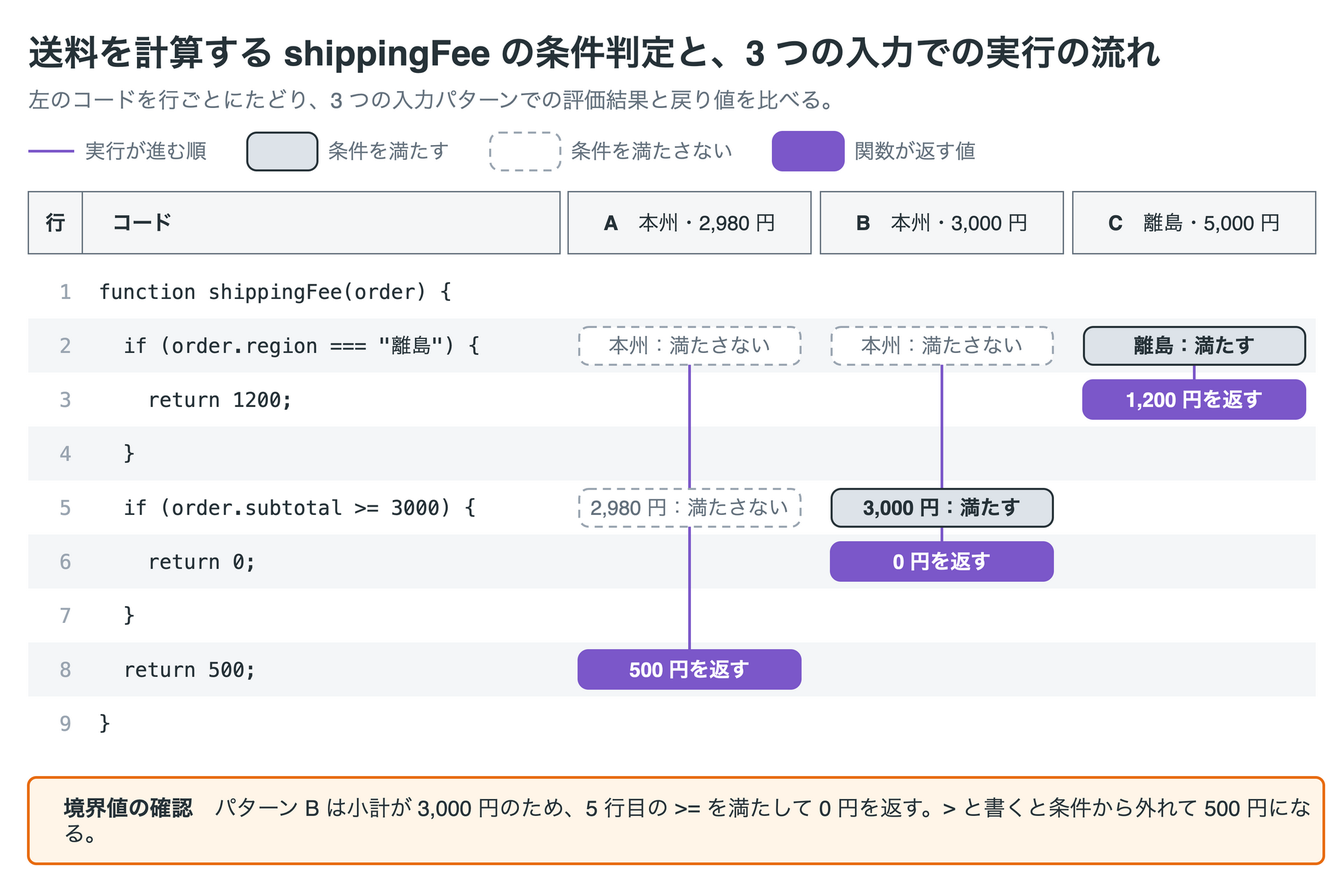
This is skills/explanatory-diagrams/templates/code-trace/code-trace.drawio.png from nntto/skills, a draw.io export, as it was before one commit. Source tidied: cells renumbered, new cells last; positions are measured from the earlier drawing's top-left corner, leaving out a move shared by most shapes.
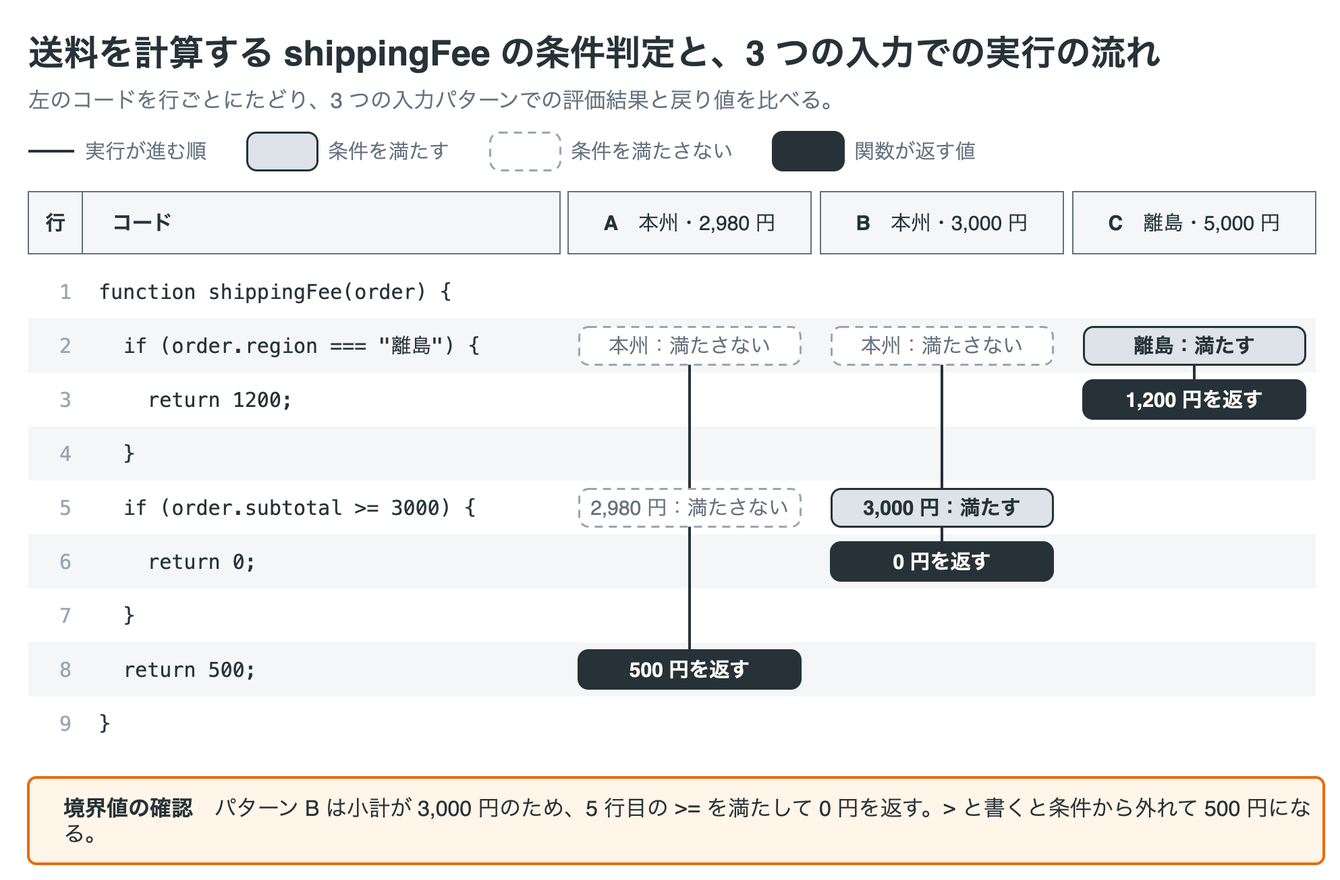
The same diagram one commit later.

The edit, as a diff of the source:
```diff
@@ -8,7 +8,7 @@
     <mxCell id="3" value="左のコードを行ごとにたどり、3 つの入力パターンでの評価結果と戻り値を比べる。" style="text;html=1;whiteSpace=wrap;fontFamily=Helvetica;fontSize=16;fontColor=#64717d;align=left;verticalAlign=middle;spacing=0;" parent="1" vertex="1">
       <mxGeometry y="42" width="960" height="24" as="geometry" />
     </mxCell>
-    <mxCell id="4" style="edgeStyle=none;rounded=1;html=1;strokeColor=#7b57c9;strokeWidth=2;endArrow=none;endFill=1;startArrow=none;startFill=1;endSize=8;fontFamily=Helvetica;fontSize=15;fontColor=#7b57c9;labelBackgroundColor=#ffffff;" parent="1" edge="1">
+    <mxCell id="4" style="edgeStyle=none;rounded=1;html=1;strokeColor=#263238;strokeWidth=2;endArrow=none;endFill=1;startArrow=none;startFill=1;endSize=8;fontFamily=Helvetica;fontSize=15;fontColor=#263238;labelBackgroundColor=#ffffff;" parent="1" edge="1">
       <mxGeometry relative="1" as="geometry">
         <mxPoint y="92" as="sourcePoint" />
         <mxPoint x="34" y="92" as="targetPoint" />
@@ -29,7 +29,7 @@
     <mxCell id="9" value="条件を満たさない" style="text;html=1;whiteSpace=wrap;fontFamily=Helvetica;fontSize=15;fontColor=#64717d;align=left;verticalAlign=middle;spacing=0;" parent="1" vertex="1">
       <mxGeometry x="402" y="80" width="128" height="24" as="geometry" />
     </mxCell>
-    <mxCell id="10" value="&lt;b&gt;&lt;/b&gt;" style="rounded=1;absoluteArcSize=1;arcSize=14;whiteSpace=wrap;html=1;fillColor=#ffffff;strokeColor=#64717d;strokeWidth=2;fontColor=#263238;fontFamily=Helvetica;fontSize=15;align=center;verticalAlign=middle;spacing=2;fillColor=#7b57c9;strokeColor=#7b57c9;fontColor=#ffffff;" parent="1" vertex="1">
+    <mxCell id="10" value="&lt;b&gt;&lt;/b&gt;" style="rounded=1;absoluteArcSize=1;arcSize=14;whiteSpace=wrap;html=1;fillColor=#ffffff;strokeColor=#64717d;strokeWidth=2;fontColor=#263238;fontFamily=Helvetica;fontSize=15;align=center;verticalAlign=middle;spacing=2;fillColor=#263238;strokeColor=#263238;fontColor=#ffffff;" parent="1" vertex="1">
       <mxGeometry x="552" y="78" width="52" height="28" as="geometry" />
     </mxCell>
     <mxCell id="11" value="関数が返す値" style="text;html=1;whiteSpace=wrap;fontFamily=Helvetica;fontSize=15;fontColor=#64717d;align=left;verticalAlign=middle;spacing=0;" parent="1" vertex="1">
@@ -116,19 +116,19 @@
     <mxCell id="38" value="}" style="text;html=1;whiteSpace=wrap;fontFamily=Helvetica;fontSize=15;fontColor=#263238;align=left;verticalAlign=middle;spacing=0;fontFamily=Menlo;" parent="1" vertex="1">
       <mxGeometry x="52" y="496" width="340" height="40" as="geometry" />
     </mxCell>
-    <mxCell id="39" style="edgeStyle=none;rounded=1;html=1;strokeColor=#7b57c9;strokeWidth=2;endArrow=none;endFill=1;startArrow=none;startFill=1;endSize=8;fontFamily=Helvetica;fontSize=15;fontColor=#7b57c9;labelBackgroundColor=#ffffff;" parent="1" edge="1">
+    <mxCell id="39" style="edgeStyle=none;rounded=1;html=1;strokeColor=#263238;strokeWidth=2;endArrow=none;endFill=1;startArrow=none;startFill=1;endSize=8;fontFamily=Helvetica;fontSize=15;fontColor=#263238;labelBackgroundColor=#ffffff;" parent="1" edge="1">
       <mxGeometry relative="1" as="geometry">
         <mxPoint x="490" y="236" as="sourcePoint" />
         <mxPoint x="490" y="476" as="targetPoint" />
       </mxGeometry>
     </mxCell>
-    <mxCell id="40" style="edgeStyle=none;rounded=1;html=1;strokeColor=#7b57c9;strokeWidth=2;endArrow=none;endFill=1;startArrow=none;startFill=1;endSize=8;fontFamily=Helvetica;fontSize=15;fontColor=#7b57c9;labelBackgroundColor=#ffffff;" parent="1" edge="1">
+    <mxCell id="40" style="edgeStyle=none;rounded=1;html=1;strokeColor=#263238;strokeWidth=2;endArrow=none;endFill=1;startArrow=none;startFill=1;endSize=8;fontFamily=Helvetica;fontSize=15;fontColor=#263238;labelBackgroundColor=#ffffff;" parent="1" edge="1">
       <mxGeometry relative="1" as="geometry">
         <mxPoint x="677" y="236" as="sourcePoint" />
         <mxPoint x="677" y="396" as="targetPoint" />
       </mxGeometry>
     </mxCell>
-    <mxCell id="41" style="edgeStyle=none;rounded=1;html=1;strokeColor=#7b57c9;strokeWidth=2;endArrow=none;endFill=1;startArrow=none;startFill=1;endSize=8;fontFamily=Helvetica;fontSize=15;fontColor=#7b57c9;labelBackgroundColor=#ffffff;" parent="1" edge="1">
+    <mxCell id="41" style="edgeStyle=none;rounded=1;html=1;strokeColor=#263238;strokeWidth=2;endArrow=none;endFill=1;startArrow=none;startFill=1;endSize=8;fontFamily=Helvetica;fontSize=15;fontColor=#263238;labelBackgroundColor=#ffffff;" parent="1" edge="1">
       <mxGeometry relative="1" as="geometry">
         <mxPoint x="864" y="236" as="sourcePoint" />
         <mxPoint x="864" y="276" as="targetPoint" />
@@ -143,7 +143,7 @@
     <mxCell id="44" value="離島：満たす" style="rounded=1;absoluteArcSize=1;arcSize=14;whiteSpace=wrap;html=1;fillColor=#ffffff;strokeColor=#64717d;strokeWidth=1.5;fontColor=#263238;fontFamily=Helvetica;fontSize=15;align=center;verticalAlign=middle;spacing=2;fillColor=#dde3e9;strokeColor=#263238;fontColor=#263238;fontStyle=1;" parent="1" vertex="1">
       <mxGeometry x="782" y="222" width="164" height="28" as="geometry" />
     </mxCell>
-    <mxCell id="45" value="&lt;b&gt;1,200 円を返す&lt;/b&gt;" style="rounded=1;absoluteArcSize=1;arcSize=14;whiteSpace=wrap;html=1;fillColor=#ffffff;strokeColor=#64717d;strokeWidth=2;fontColor=#263238;fontFamily=Helvetica;fontSize=15;align=center;verticalAlign=middle;spacing=2;fillColor=#7b57c9;strokeColor=#7b57c9;fontColor=#ffffff;" parent="1" vertex="1">
+    <mxCell id="45" value="&lt;b&gt;1,200 円を返す&lt;/b&gt;" style="rounded=1;absoluteArcSize=1;arcSize=14;whiteSpace=wrap;html=1;fillColor=#ffffff;strokeColor=#64717d;strokeWidth=2;fontColor=#263238;fontFamily=Helvetica;fontSize=15;align=center;verticalAlign=middle;spacing=2;fillColor=#263238;strokeColor=#263238;fontColor=#ffffff;" parent="1" vertex="1">
       <mxGeometry x="782" y="262" width="164" height="28" as="geometry" />
     </mxCell>
     <mxCell id="46" value="2,980 円：満たさない" style="rounded=1;absoluteArcSize=1;arcSize=14;whiteSpace=wrap;html=1;fillColor=#ffffff;strokeColor=#64717d;strokeWidth=1.5;fontColor=#263238;fontFamily=Helvetica;fontSize=15;align=center;verticalAlign=middle;spacing=2;fillColor=#ffffff;strokeColor=#9aa5b1;fontColor=#64717d;dashed=1;dashPattern=4 3;" parent="1" vertex="1">
@@ -152,10 +152,10 @@
     <mxCell id="47" value="3,000 円：満たす" style="rounded=1;absoluteArcSize=1;arcSize=14;whiteSpace=wrap;html=1;fillColor=#ffffff;strokeColor=#64717d;strokeWidth=1.5;fontColor=#263238;fontFamily=Helvetica;fontSize=15;align=center;verticalAlign=middle;spacing=2;fillColor=#dde3e9;strokeColor=#263238;fontColor=#263238;fontStyle=1;" parent="1" vertex="1">
       <mxGeometry x="595" y="342" width="164" height="28" as="geometry" />
     </mxCell>
-    <mxCell id="48" value="&lt;b&gt;0 円を返す&lt;/b&gt;" style="rounded=1;absoluteArcSize=1;arcSize=14;whiteSpace=wrap;html=1;fillColor=#ffffff;strokeColor=#64717d;strokeWidth=2;fontColor=#263238;fontFamily=Helvetica;fontSize=15;align=center;verticalAlign=middle;spacing=2;fillColor=#7b57c9;strokeColor=#7b57c9;fontColor=#ffffff;" parent="1" vertex="1">
+    <mxCell id="48" value="&lt;b&gt;0 円を返す&lt;/b&gt;" style="rounded=1;absoluteArcSize=1;arcSize=14;whiteSpace=wrap;html=1;fillColor=#ffffff;strokeColor=#64717d;strokeWidth=2;fontColor=#263238;fontFamily=Helvetica;fontSize=15;align=center;verticalAlign=middle;spacing=2;fillColor=#263238;strokeColor=#263238;fontColor=#ffffff;" parent="1" vertex="1">
       <mxGeometry x="595" y="382" width="164" height="28" as="geometry" />
     </mxCell>
-    <mxCell id="49" value="&lt;b&gt;500 円を返す&lt;/b&gt;" style="rounded=1;absoluteArcSize=1;arcSize=14;whiteSpace=wrap;html=1;fillColor=#ffffff;strokeColor=#64717d;strokeWidth=2;fontColor=#263238;fontFamily=Helvetica;fontSize=15;align=center;verticalAlign=middle;spacing=2;fillColor=#7b57c9;strokeColor=#7b57c9;fontColor=#ffffff;" parent="1" vertex="1">
+    <mxCell id="49" value="&lt;b&gt;500 円を返す&lt;/b&gt;" style="rounded=1;absoluteArcSize=1;arcSize=14;whiteSpace=wrap;html=1;fillColor=#ffffff;strokeColor=#64717d;strokeWidth=2;fontColor=#263238;fontFamily=Helvetica;fontSize=15;align=center;verticalAlign=middle;spacing=2;fillColor=#263238;strokeColor=#263238;fontColor=#ffffff;" parent="1" vertex="1">
       <mxGeometry x="408" y="462" width="164" height="28" as="geometry" />
     </mxCell>
     <mxCell id="50" value="&lt;b&gt;境界値の確認&lt;/b&gt;　パターン B は小計が 3,000 円のため、5 行目の &lt;span style=&quot;font-family:Menlo;&quot;&gt;&amp;gt;=&lt;/span&gt; を満たして 0 円を返す。&lt;span style=&quot;font-family:Menlo;&quot;&gt;&amp;gt;&lt;/span&gt; と書くと条件から外れて 500 円になる。" style="rounded=1;absoluteArcSize=1;arcSize=12;whiteSpace=wrap;html=1;fillColor=#fff5e8;strokeColor=#e86b10;strokeWidth=2;fontColor=#e86b10;fontFamily=Helvetica;fontSize=16;align=left;verticalAlign=middle;spacing=10;spacingLeft=16;fontColor=#263238;" parent="1" vertex="1">
```
